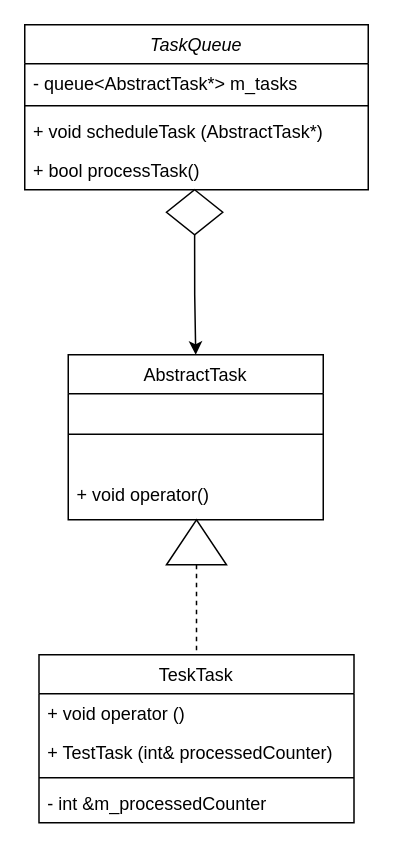
The draw.io diagram taskQueue.drawio in dsaa27/prosoftschool2022, before the edit. Source tidied: cells renumbered, new cells numbered last; positions are measured from the earlier drawing's top-left corner, leaving out a move shared by most shapes. Both pictures are drawn from the tidied source at 150%, with x=0, y=0 at pixel (24, 24).
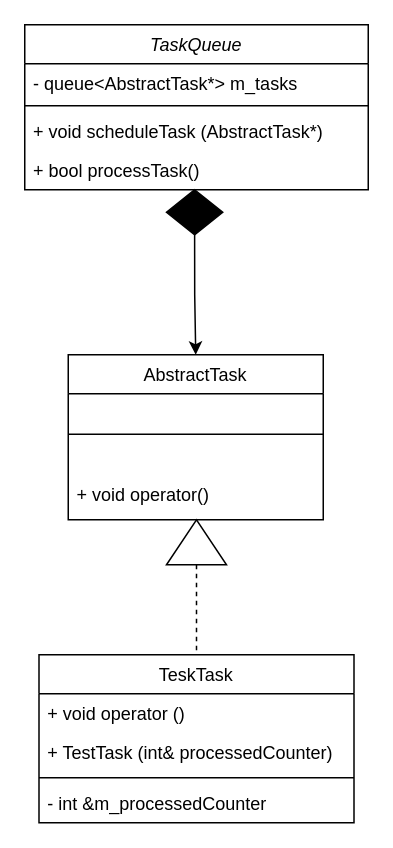
The same page after the edit.

Commit message:
correct mistakes in taskQueue drawing

The edit, as a diff of the source:
```diff
@@
 <mxGraphModel>
   <root>
     <mxCell id="0" />
     <mxCell id="1" parent="0" />
     <mxCell id="2" value="TaskQueue" style="swimlane;fontStyle=2;align=center;verticalAlign=top;horizontal=1;startSize=26;rounded=0;shadow=0;strokeWidth=1;" parent="1" vertex="1">
       <mxGeometry width="229" height="110" as="geometry" />
     </mxCell>
     <mxCell id="3" value="- queue&lt;AbstractTask*&gt; m_tasks&#10;" style="text;align=left;verticalAlign=top;spacingLeft=4;spacingRight=4;overflow=hidden;" parent="2" vertex="1">
       <mxGeometry y="26" width="229" height="24" as="geometry" />
     </mxCell>
     <mxCell id="4" style="line;html=1;strokeWidth=1;align=left;verticalAlign=middle;spacingTop=-1;spacingLeft=3;spacingRight=3;labelPosition=right;" parent="2" vertex="1">
       <mxGeometry y="50" width="229" height="8" as="geometry" />
     </mxCell>
     <mxCell id="5" value="+ void scheduleTask (AbstractTask*)&#10;&#10;+ bool processTask()&#10;" style="text;align=left;verticalAlign=top;spacingLeft=4;spacingRight=4;overflow=hidden;" parent="2" vertex="1">
       <mxGeometry y="58" width="229" height="26" as="geometry" />
     </mxCell>
     <mxCell id="6" value="+ bool processTask()" style="text;align=left;verticalAlign=top;spacingLeft=4;spacingRight=4;overflow=hidden;" parent="2" vertex="1">
       <mxGeometry y="84" width="229" height="26" as="geometry" />
     </mxCell>
     <mxCell id="7" value="TeskTask" style="swimlane;fontStyle=0;align=center;verticalAlign=top;horizontal=1;startSize=26;rounded=0;shadow=0;strokeWidth=1;" parent="1" vertex="1">
       <mxGeometry x="9.5" y="420" width="210" height="112" as="geometry" />
     </mxCell>
     <mxCell id="8" value="+ void operator ()" style="text;align=left;verticalAlign=top;spacingLeft=4;spacingRight=4;overflow=hidden;" parent="7" vertex="1">
       <mxGeometry y="26" width="210" height="26" as="geometry" />
     </mxCell>
     <mxCell id="9" value="+ TestTask (int&amp; processedCounter)" style="text;align=left;verticalAlign=top;spacingLeft=4;spacingRight=4;overflow=hidden;" parent="7" vertex="1">
       <mxGeometry y="52" width="210" height="26" as="geometry" />
     </mxCell>
     <mxCell id="10" style="line;html=1;strokeWidth=1;align=left;verticalAlign=middle;spacingTop=-1;spacingLeft=3;spacingRight=3;labelPosition=right;" parent="7" vertex="1">
       <mxGeometry y="78" width="210" height="8" as="geometry" />
     </mxCell>
     <mxCell id="11" value="- int &amp;m_processedCounter" style="text;align=left;verticalAlign=top;spacingLeft=4;spacingRight=4;overflow=hidden;fontStyle=0;" parent="7" vertex="1">
       <mxGeometry y="86" width="210" height="26" as="geometry" />
     </mxCell>
     <mxCell id="12" value="AbstractTask" style="swimlane;fontStyle=0;align=center;verticalAlign=top;horizontal=1;startSize=26;rounded=0;shadow=0;strokeWidth=1;" parent="1" vertex="1">
       <mxGeometry x="29" y="220" width="170" height="110" as="geometry" />
     </mxCell>
     <mxCell id="13" style="line;html=1;strokeWidth=1;align=left;verticalAlign=middle;spacingTop=-1;spacingLeft=3;spacingRight=3;labelPosition=right;" parent="12" vertex="1">
       <mxGeometry y="26" width="170" height="54" as="geometry" />
     </mxCell>
     <mxCell id="14" value="+ void operator()" style="text;align=left;verticalAlign=top;spacingLeft=4;spacingRight=4;overflow=hidden;" parent="12" vertex="1">
       <mxGeometry y="80" width="170" height="20" as="geometry" />
     </mxCell>
     <mxCell id="15" style="edgeStyle=orthogonalEdgeStyle;rounded=0;jettySize=auto;html=1;exitX=0;exitY=0.5;exitDx=0;exitDy=0;dashed=1;endArrow=none;endFill=0;" parent="1" edge="1" source="16" target="7">
       <mxGeometry relative="1" as="geometry" />
     </mxCell>
     <mxCell id="16" style="triangle;whiteSpace=wrap;html=1;direction=north;" parent="1" vertex="1">
       <mxGeometry x="94.5" y="330" width="40" height="30" as="geometry" />
     </mxCell>
     <mxCell id="17" style="edgeStyle=orthogonalEdgeStyle;rounded=0;jettySize=auto;html=1;exitX=0.5;exitY=1;exitDx=0;exitDy=0;entryX=0.5;entryY=0;entryDx=0;entryDy=0;endArrow=classic;endFill=1;" parent="1" edge="1" source="18" target="12">
       <mxGeometry relative="1" as="geometry" />
     </mxCell>
-    <mxCell id="18" style="rhombus;whiteSpace=wrap;html=1;" parent="1" vertex="1">
+    <mxCell id="18" style="rhombus;whiteSpace=wrap;html=1;strokeColor=#000000;fillColor=#000000;" parent="1" vertex="1">
       <mxGeometry x="94.5" y="110" width="37.5" height="30" as="geometry" />
     </mxCell>
   </root>
 </mxGraphModel>
```
